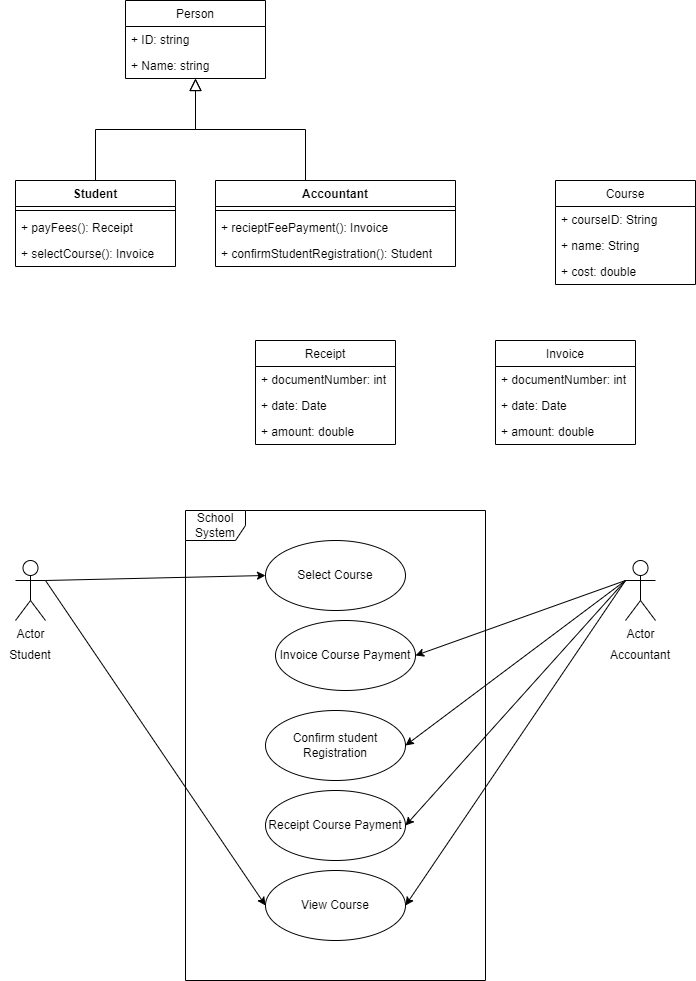
This is mighty-recruiter-master/mighty-recruiter-clone/src/assets/images/CSC210_assign_2.drawio.png from clive-cudi/mighty-recruiter-master, a draw.io export, as it was before one commit. Source tidied: cells renumbered, new cells last; positions are measured from the earlier drawing's top-left corner, leaving out a move shared by most shapes.
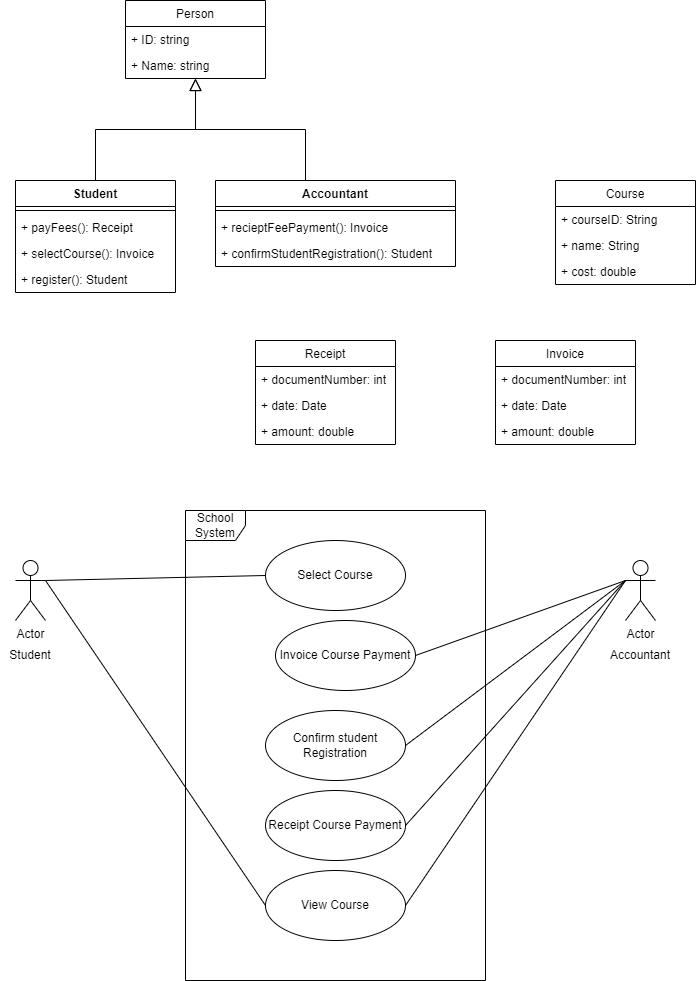
The same diagram one commit later.

What changed in the source:
```diff
@@ -36,7 +36,7 @@
       <mxGeometry y="52" width="140" height="26" as="geometry" />
     </mxCell>
     <mxCell id="11" value="Student" style="swimlane;fontStyle=1;align=center;verticalAlign=top;horizontal=1;startSize=26;" parent="1" vertex="1">
-      <mxGeometry x="15" y="180" width="160" height="86" as="geometry" />
+      <mxGeometry x="15" y="180" width="160" height="112" as="geometry" />
     </mxCell>
     <mxCell id="12" style="line;strokeWidth=1;fillColor=none;align=left;verticalAlign=middle;spacingTop=-1;spacingLeft=3;spacingRight=3;labelPosition=right;strokeColor=inherit;" parent="11" vertex="1">
       <mxGeometry y="26" width="160" height="8" as="geometry" />
@@ -47,6 +47,9 @@
     <mxCell id="14" value="+ selectCourse(): Invoice" style="text;strokeColor=none;fillColor=none;align=left;verticalAlign=top;spacingLeft=4;spacingRight=4;overflow=hidden;" parent="11" vertex="1">
       <mxGeometry y="60" width="160" height="26" as="geometry" />
     </mxCell>
+    <mxCell id="43" value="+ register(): Student" style="text;strokeColor=none;fillColor=none;align=left;verticalAlign=top;spacingLeft=4;spacingRight=4;overflow=hidden;" parent="11" vertex="1">
+      <mxGeometry y="86" width="160" height="26" as="geometry" />
+    </mxCell>
     <mxCell id="15" value="Course" style="swimlane;fontStyle=0;horizontal=1;startSize=26;fillColor=none;" parent="1" vertex="1">
       <mxGeometry x="555" y="180" width="140" height="104" as="geometry" />
     </mxCell>
@@ -83,25 +86,25 @@
     <mxCell id="26" value="+ amount: double" style="text;strokeColor=none;fillColor=none;align=left;verticalAlign=top;spacingLeft=4;spacingRight=4;overflow=hidden;" parent="23" vertex="1">
       <mxGeometry y="78" width="140" height="26" as="geometry" />
     </mxCell>
-    <mxCell id="27" style="rounded=0;jettySize=auto;html=1;exitX=1;exitY=0.3333333333333333;exitDx=0;exitDy=0;exitPerimeter=0;entryX=0;entryY=0.5;entryDx=0;entryDy=0;" parent="1" edge="1" source="29" target="35">
+    <mxCell id="27" style="rounded=0;jettySize=auto;html=1;exitX=1;exitY=0.3333333333333333;exitDx=0;exitDy=0;exitPerimeter=0;entryX=0;entryY=0.5;entryDx=0;entryDy=0;endArrow=none;endFill=0;" parent="1" edge="1" source="29" target="35">
       <mxGeometry relative="1" as="geometry" />
     </mxCell>
-    <mxCell id="28" style="edgeStyle=none;rounded=0;jettySize=auto;html=1;exitX=1;exitY=0.3333333333333333;exitDx=0;exitDy=0;exitPerimeter=0;entryX=0;entryY=0.5;entryDx=0;entryDy=0;" parent="1" edge="1" source="29" target="42">
+    <mxCell id="28" style="edgeStyle=none;rounded=0;jettySize=auto;html=1;exitX=1;exitY=0.3333333333333333;exitDx=0;exitDy=0;exitPerimeter=0;entryX=0;entryY=0.5;entryDx=0;entryDy=0;endArrow=none;endFill=0;" parent="1" edge="1" source="29" target="42">
       <mxGeometry relative="1" as="geometry" />
     </mxCell>
     <mxCell id="29" value="Actor" style="shape=umlActor;verticalLabelPosition=bottom;verticalAlign=top;html=1;" parent="1" vertex="1">
       <mxGeometry x="15" y="560" width="30" height="60" as="geometry" />
     </mxCell>
-    <mxCell id="30" style="edgeStyle=none;rounded=0;jettySize=auto;html=1;exitX=0;exitY=0.3333333333333333;exitDx=0;exitDy=0;exitPerimeter=0;entryX=1;entryY=0.5;entryDx=0;entryDy=0;" parent="1" edge="1" source="34" target="37">
+    <mxCell id="30" style="edgeStyle=none;rounded=0;jettySize=auto;html=1;exitX=0;exitY=0.3333333333333333;exitDx=0;exitDy=0;exitPerimeter=0;entryX=1;entryY=0.5;entryDx=0;entryDy=0;endArrow=none;endFill=0;" parent="1" edge="1" source="34" target="37">
       <mxGeometry relative="1" as="geometry" />
     </mxCell>
-    <mxCell id="31" style="edgeStyle=none;rounded=0;jettySize=auto;html=1;exitX=0;exitY=0.3333333333333333;exitDx=0;exitDy=0;exitPerimeter=0;entryX=1;entryY=0.5;entryDx=0;entryDy=0;" parent="1" edge="1" source="34" target="38">
+    <mxCell id="31" style="edgeStyle=none;rounded=0;jettySize=auto;html=1;exitX=0;exitY=0.3333333333333333;exitDx=0;exitDy=0;exitPerimeter=0;entryX=1;entryY=0.5;entryDx=0;entryDy=0;endArrow=none;endFill=0;" parent="1" edge="1" source="34" target="38">
       <mxGeometry relative="1" as="geometry" />
     </mxCell>
-    <mxCell id="32" style="edgeStyle=none;rounded=0;jettySize=auto;html=1;exitX=0;exitY=0.3333333333333333;exitDx=0;exitDy=0;exitPerimeter=0;entryX=1;entryY=0.5;entryDx=0;entryDy=0;" parent="1" edge="1" source="34" target="39">
+    <mxCell id="32" style="edgeStyle=none;rounded=0;jettySize=auto;html=1;exitX=0;exitY=0.3333333333333333;exitDx=0;exitDy=0;exitPerimeter=0;entryX=1;entryY=0.5;entryDx=0;entryDy=0;endArrow=none;endFill=0;" parent="1" edge="1" source="34" target="39">
       <mxGeometry relative="1" as="geometry" />
     </mxCell>
-    <mxCell id="33" style="edgeStyle=none;rounded=0;jettySize=auto;html=1;exitX=0;exitY=0.3333333333333333;exitDx=0;exitDy=0;exitPerimeter=0;entryX=1;entryY=0.5;entryDx=0;entryDy=0;" parent="1" edge="1" source="34" target="42">
+    <mxCell id="33" style="edgeStyle=none;rounded=0;jettySize=auto;html=1;exitX=0;exitY=0.3333333333333333;exitDx=0;exitDy=0;exitPerimeter=0;entryX=1;entryY=0.5;entryDx=0;entryDy=0;endArrow=none;endFill=0;" parent="1" edge="1" source="34" target="42">
       <mxGeometry relative="1" as="geometry" />
     </mxCell>
     <mxCell id="34" value="Actor" style="shape=umlActor;verticalLabelPosition=bottom;verticalAlign=top;html=1;" parent="1" vertex="1">
```
